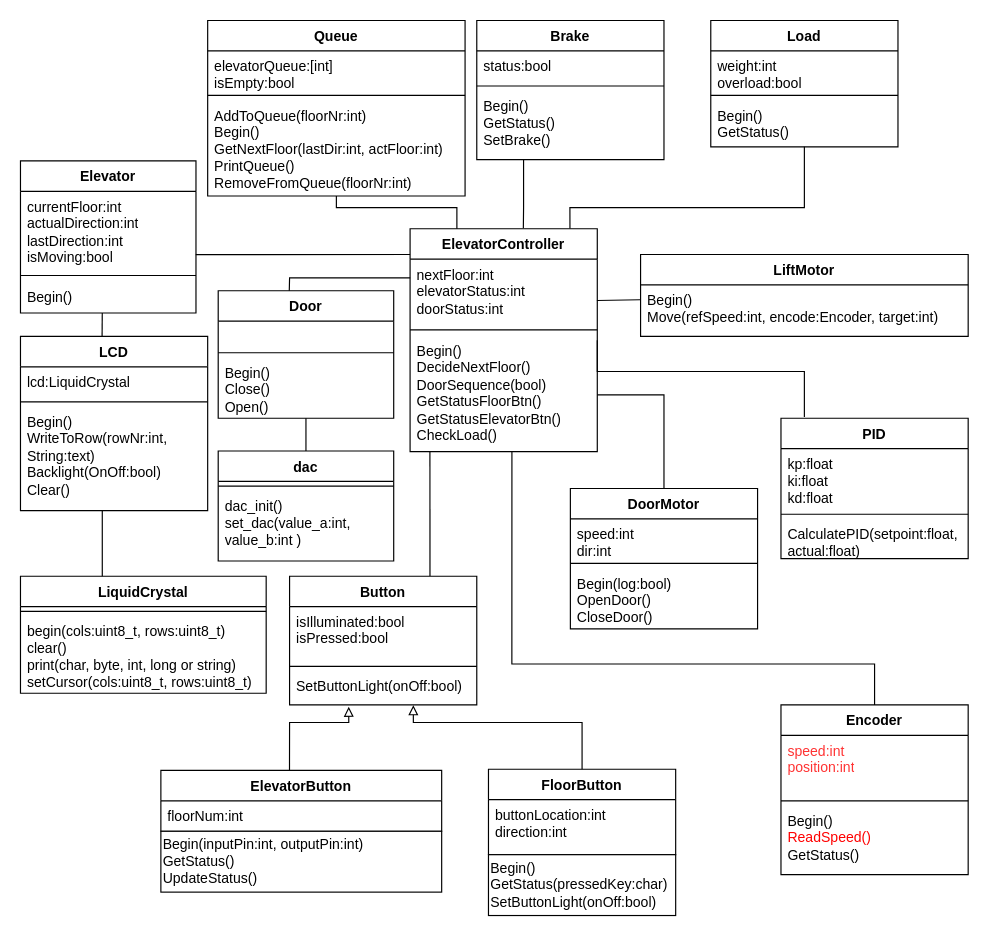
Before: Documents/UMLDiagramElevator.drawio in johannesKringlen/MAS246_Project, a draw.io diagram. Source tidied: cells renumbered, new cells numbered last; positions are measured from the earlier drawing's top-left corner, leaving out a move shared by most shapes. Both pictures are drawn from the tidied source at 117%, with x=0, y=0 at pixel (20, 20).
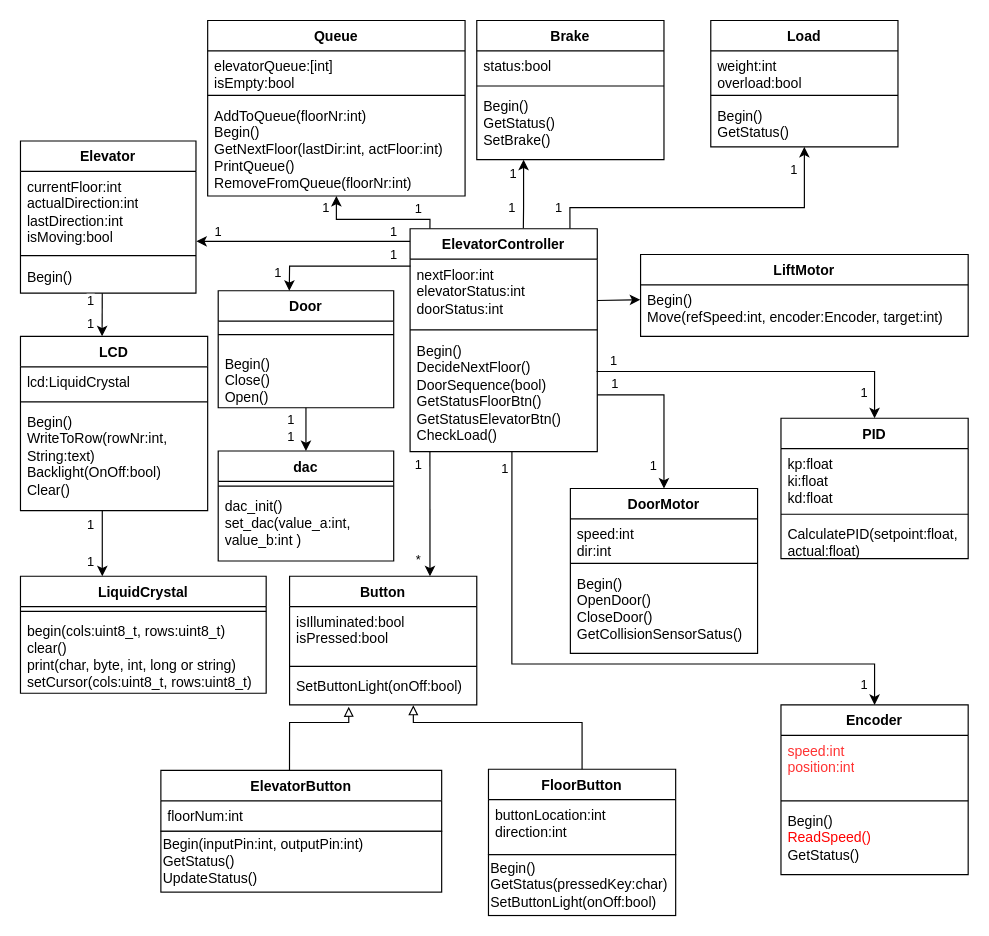
The same diagram, later.

Unchanged cells that the change refers to:
```xml
<mxCell id="3" value="ElevatorController" style="swimlane;fontStyle=1;align=center;verticalAlign=top;horizontal=1;startSize=26;whiteSpace=wrap;html=1;" parent="1" vertex="1">
  <mxGeometry x="333" y="178" width="160" height="190.5" as="geometry" />
</mxCell>
<mxCell id="4" value="nextFloor:int&lt;div&gt;elevatorStatus:int&lt;/div&gt;&lt;div&gt;doorStatus:int&lt;/div&gt;" style="text;strokeColor=none;fillColor=none;align=left;verticalAlign=top;spacingLeft=4;spacingRight=4;overflow=hidden;points=[[0,0.5],[1,0.5]];portConstraint=eastwest;whiteSpace=wrap;html=1;" parent="3" vertex="1">
  <mxGeometry y="26" width="160" height="56.5" as="geometry" />
</mxCell>
<mxCell id="6" value="&lt;div&gt;Begin()&lt;/div&gt;DecideNextFloor()&lt;div&gt;DoorSequence(bool)&lt;/div&gt;&lt;div&gt;GetStatusFloorBtn()&lt;/div&gt;&lt;div&gt;GetStatusElevatorBtn()&lt;/div&gt;&lt;div&gt;CheckLoad()&lt;/div&gt;" style="text;strokeColor=none;fillColor=none;align=left;verticalAlign=top;spacingLeft=4;spacingRight=4;overflow=hidden;points=[[0,0.5],[1,0.5]];portConstraint=eastwest;whiteSpace=wrap;html=1;" parent="3" vertex="1">
  <mxGeometry y="90.5" width="160" height="100" as="geometry" />
</mxCell>
<mxCell id="9" value="Button" style="swimlane;fontStyle=1;align=center;verticalAlign=top;horizontal=1;startSize=26;whiteSpace=wrap;html=1;" parent="1" vertex="1">
  <mxGeometry x="230" y="475" width="160" height="110" as="geometry" />
</mxCell>
<mxCell id="22" value="LiftMotor" style="swimlane;fontStyle=1;align=center;verticalAlign=top;horizontal=1;startSize=26;whiteSpace=wrap;html=1;" parent="1" vertex="1">
  <mxGeometry x="530" y="200" width="280" height="70" as="geometry" />
</mxCell>
<mxCell id="26" value="Queue" style="swimlane;fontStyle=1;align=center;verticalAlign=top;horizontal=1;startSize=26;whiteSpace=wrap;html=1;" parent="1" vertex="1">
  <mxGeometry x="160" width="220" height="150" as="geometry" />
</mxCell>
<mxCell id="31" value="Brake" style="swimlane;fontStyle=1;align=center;verticalAlign=top;horizontal=1;startSize=26;whiteSpace=wrap;html=1;" parent="1" vertex="1">
  <mxGeometry x="390" width="160" height="119" as="geometry" />
</mxCell>
<mxCell id="36" value="PID" style="swimlane;fontStyle=1;align=center;verticalAlign=top;horizontal=1;startSize=26;whiteSpace=wrap;html=1;" parent="1" vertex="1">
  <mxGeometry x="650" y="340" width="160" height="120" as="geometry" />
</mxCell>
<mxCell id="40" value="Encoder" style="swimlane;fontStyle=1;align=center;verticalAlign=top;horizontal=1;startSize=26;whiteSpace=wrap;html=1;" parent="1" vertex="1">
  <mxGeometry x="650" y="585" width="160" height="145" as="geometry" />
</mxCell>
<mxCell id="45" value="currentFloor:int&lt;div&gt;actualDirection:int&lt;/div&gt;&lt;div&gt;lastDirection:int&lt;/div&gt;&lt;div&gt;isMoving:bool&lt;/div&gt;&lt;div&gt;&lt;br&gt;&lt;/div&gt;&lt;div&gt;&lt;br&gt;&lt;/div&gt;&lt;div&gt;&lt;br&gt;&lt;/div&gt;" style="text;strokeColor=none;fillColor=none;align=left;verticalAlign=top;spacingLeft=4;spacingRight=4;overflow=hidden;points=[[0,0.5],[1,0.5]];portConstraint=eastwest;whiteSpace=wrap;html=1;" parent="44" vertex="1">
  <mxGeometry y="26" width="150" height="67.5" as="geometry" />
</mxCell>
<mxCell id="47" value="Begin()" style="text;strokeColor=none;fillColor=none;align=left;verticalAlign=top;spacingLeft=4;spacingRight=4;overflow=hidden;points=[[0,0.5],[1,0.5]];portConstraint=eastwest;whiteSpace=wrap;html=1;" parent="44" vertex="1">
  <mxGeometry y="102.5" width="150" height="27.5" as="geometry" />
</mxCell>
<mxCell id="55" value="Load" style="swimlane;fontStyle=1;align=center;verticalAlign=top;horizontal=1;startSize=26;whiteSpace=wrap;html=1;" parent="1" vertex="1">
  <mxGeometry x="590" width="160" height="108" as="geometry" />
</mxCell>
<mxCell id="62" value="LCD" style="swimlane;fontStyle=1;align=center;verticalAlign=top;horizontal=1;startSize=26;whiteSpace=wrap;html=1;" parent="1" vertex="1">
  <mxGeometry y="270" width="160" height="149" as="geometry" />
</mxCell>
<mxCell id="65" value="Begin()&lt;div&gt;WriteToRow(rowNr:int, String:text)&lt;/div&gt;&lt;div&gt;Backlight(OnOff:bool)&lt;/div&gt;&lt;div&gt;Clear()&lt;/div&gt;" style="text;strokeColor=none;fillColor=none;align=left;verticalAlign=top;spacingLeft=4;spacingRight=4;overflow=hidden;points=[[0,0.5],[1,0.5]];portConstraint=eastwest;whiteSpace=wrap;html=1;" parent="62" vertex="1">
  <mxGeometry y="60" width="160" height="89" as="geometry" />
</mxCell>
<mxCell id="66" value="LiquidCrystal" style="swimlane;fontStyle=1;align=center;verticalAlign=top;horizontal=1;startSize=26;whiteSpace=wrap;html=1;" parent="1" vertex="1">
  <mxGeometry y="475" width="210" height="100" as="geometry" />
</mxCell>
<mxCell id="71" value="dac" style="swimlane;fontStyle=1;align=center;verticalAlign=top;horizontal=1;startSize=26;whiteSpace=wrap;html=1;" parent="1" vertex="1">
  <mxGeometry x="169" y="368" width="150" height="94" as="geometry" />
</mxCell>
```

Diff of the diagram source:
```diff
@@
-    <mxCell id="2" style="edgeStyle=none;rounded=0;jettySize=auto;html=1;exitX=0.106;exitY=0.997;exitDx=0;exitDy=0;endArrow=none;endFill=0;entryX=0.75;entryY=0;entryDx=0;entryDy=0;exitPerimeter=0;" parent="1" edge="1" source="6" target="9">
-      <mxGeometry relative="1" as="geometry" />
+    <mxCell id="2" value="1" style="edgeStyle=none;rounded=0;jettySize=auto;html=1;exitX=0.106;exitY=0.997;exitDx=0;exitDy=0;endArrow=classic;endFill=1;entryX=0.75;entryY=0;entryDx=0;entryDy=0;exitPerimeter=0;startArrow=none;startFill=0;" parent="1" edge="1" source="6" target="9">
+      <mxGeometry x="-0.78" y="-10" relative="1" as="geometry" />
     </mxCell>
+    <mxCell id="75" value="*" style="edgeLabel;html=1;align=center;verticalAlign=middle;inheritText=1;" parent="2" vertex="1">
+      <mxGeometry x="0.46" relative="1" as="geometry">
+        <mxPoint x="-10" y="14" as="offset" />
+      </mxGeometry>
+    </mxCell>
@@
-    <mxCell id="17" style="edgeStyle=none;rounded=0;jettySize=auto;html=1;endArrow=none;endFill=0;entryX=1;entryY=0.515;entryDx=0;entryDy=0;entryPerimeter=0;" parent="1" edge="1" source="18" target="6">
+    <mxCell id="17" style="edgeStyle=none;rounded=0;jettySize=auto;html=1;endArrow=none;endFill=0;entryX=1;entryY=0.515;entryDx=0;entryDy=0;entryPerimeter=0;startArrow=classic;startFill=1;" parent="1" edge="1" source="18" target="6">
       <mxGeometry x="0.17" relative="1" as="geometry">
         <Array as="points">
           <mxPoint x="550" y="320" />
         </Array>
       </mxGeometry>
     </mxCell>
+    <mxCell id="76" value="1" style="edgeLabel;html=1;align=center;verticalAlign=middle;inheritText=1;" parent="17" vertex="1">
+      <mxGeometry x="0.78" relative="1" as="geometry">
+        <mxPoint x="-1" y="-10" as="offset" />
+      </mxGeometry>
+    </mxCell>
+    <mxCell id="77" value="1" style="edgeLabel;html=1;align=center;verticalAlign=middle;inheritText=1;" parent="17" vertex="1">
+      <mxGeometry x="-0.75" relative="1" as="geometry">
+        <mxPoint x="-10" y="-3" as="offset" />
+      </mxGeometry>
+    </mxCell>
     <mxCell id="18" value="DoorMotor" style="swimlane;fontStyle=1;align=center;verticalAlign=top;horizontal=1;startSize=26;whiteSpace=wrap;html=1;" parent="1" vertex="1">
-      <mxGeometry x="470" y="400" width="160" height="120" as="geometry" />
+      <mxGeometry x="470" y="400" width="160" height="141" as="geometry" />
     </mxCell>
@@
-    <mxCell id="21" value="&lt;div&gt;Begin(log:bool)&lt;/div&gt;OpenDoor()&lt;div&gt;CloseDoor()&lt;/div&gt;" style="text;strokeColor=none;fillColor=none;align=left;verticalAlign=top;spacingLeft=4;spacingRight=4;overflow=hidden;whiteSpace=wrap;html=1;" parent="18" vertex="1">
-      <mxGeometry y="68" width="160" height="52" as="geometry" />
+    <mxCell id="21" value="&lt;div&gt;Begin()&lt;/div&gt;OpenDoor()&lt;div&gt;CloseDoor()&lt;/div&gt;&lt;div&gt;GetCollisionSensorSatus()&lt;/div&gt;" style="text;strokeColor=none;fillColor=none;align=left;verticalAlign=top;spacingLeft=4;spacingRight=4;overflow=hidden;whiteSpace=wrap;html=1;" parent="18" vertex="1">
+      <mxGeometry y="68" width="160" height="73" as="geometry" />
     </mxCell>
@@
-    <mxCell id="23" value="&lt;div&gt;Begin()&lt;/div&gt;Move(refSpeed:int, encode:Encoder, target:int)" style="text;strokeColor=none;fillColor=none;align=left;verticalAlign=top;spacingLeft=4;spacingRight=4;overflow=hidden;points=[[0,0.5],[1,0.5]];portConstraint=eastwest;whiteSpace=wrap;html=1;" parent="22" vertex="1">
+    <mxCell id="23" value="&lt;div&gt;Begin()&lt;/div&gt;Move(refSpeed:int, encoder:Encoder, target:int)" style="text;strokeColor=none;fillColor=none;align=left;verticalAlign=top;spacingLeft=4;spacingRight=4;overflow=hidden;points=[[0,0.5],[1,0.5]];portConstraint=eastwest;whiteSpace=wrap;html=1;" parent="22" vertex="1">
       <mxGeometry y="26" width="280" height="44" as="geometry" />
     </mxCell>
-    <mxCell id="24" style="edgeStyle=none;rounded=0;jettySize=auto;html=1;entryX=0.998;entryY=0.626;entryDx=0;entryDy=0;endArrow=none;endFill=0;entryPerimeter=0;exitX=-0.001;exitY=0.288;exitDx=0;exitDy=0;exitPerimeter=0;" parent="1" edge="1" source="23" target="4">
+    <mxCell id="24" style="edgeStyle=none;rounded=0;jettySize=auto;html=1;entryX=0.998;entryY=0.626;entryDx=0;entryDy=0;endArrow=none;endFill=0;entryPerimeter=0;exitX=-0.001;exitY=0.288;exitDx=0;exitDy=0;exitPerimeter=0;startArrow=classic;startFill=1;" parent="1" edge="1" source="23" target="4">
       <mxGeometry relative="1" as="geometry" />
     </mxCell>
-    <mxCell id="25" style="edgeStyle=none;rounded=0;orthogonalLoop=1;jettySize=auto;html=1;endArrow=none;endFill=0;exitX=1;exitY=0.085;exitDx=0;exitDy=0;exitPerimeter=0;entryX=0.001;entryY=0.635;entryDx=0;entryDy=0;entryPerimeter=0;" parent="1" edge="1">
-      <mxGeometry relative="1" as="geometry">
-        <mxPoint x="149.8" y="200.2" as="sourcePoint" />
-        <mxPoint x="333" y="200" as="targetPoint" />
-      </mxGeometry>
+    <mxCell id="25" style="edgeStyle=none;rounded=0;jettySize=auto;html=1;endArrow=none;endFill=0;entryX=0;entryY=0.057;entryDx=0;entryDy=0;entryPerimeter=0;startArrow=classic;startFill=1;exitX=1.002;exitY=0.885;exitDx=0;exitDy=0;exitPerimeter=0;" parent="1" edge="1" source="45" target="3">
+      <mxGeometry relative="1" as="geometry" />
     </mxCell>
+    <mxCell id="78" value="1" style="edgeLabel;html=1;align=center;verticalAlign=middle;inheritText=1;" parent="25" vertex="1">
+      <mxGeometry x="0.84" relative="1" as="geometry">
+        <mxPoint y="-8" as="offset" />
+      </mxGeometry>
+    </mxCell>
+    <mxCell id="79" value="1" style="edgeLabel;html=1;align=center;verticalAlign=middle;inheritText=1;" parent="25" vertex="1">
+      <mxGeometry x="-0.71" relative="1" as="geometry">
+        <mxPoint x="-8" y="-8" as="offset" />
+      </mxGeometry>
+    </mxCell>
@@
-    <mxCell id="30" style="edgeStyle=none;rounded=0;jettySize=auto;html=1;endArrow=none;endFill=0;entryX=0.605;entryY=-0.002;entryDx=0;entryDy=0;entryPerimeter=0;exitX=0.25;exitY=1;exitDx=0;exitDy=0;" parent="1" edge="1" source="31" target="3">
+    <mxCell id="30" style="edgeStyle=none;rounded=0;jettySize=auto;html=1;endArrow=none;endFill=0;entryX=0.605;entryY=-0.002;entryDx=0;entryDy=0;entryPerimeter=0;exitX=0.25;exitY=1;exitDx=0;exitDy=0;startArrow=classic;startFill=1;" parent="1" edge="1" source="31" target="3">
       <mxGeometry x="-0.07" relative="1" as="geometry">
         <Array as="points">
           <mxPoint x="430" y="160" />
         </Array>
       </mxGeometry>
     </mxCell>
+    <mxCell id="80" value="1" style="edgeLabel;html=1;align=center;verticalAlign=middle;inheritText=1;" parent="30" vertex="1">
+      <mxGeometry x="-0.14" relative="1" as="geometry">
+        <mxPoint x="-10" y="-14" as="offset" />
+      </mxGeometry>
+    </mxCell>
+    <mxCell id="81" value="1" style="edgeLabel;html=1;align=center;verticalAlign=middle;inheritText=1;" parent="30" vertex="1">
+      <mxGeometry x="0.8" relative="1" as="geometry">
+        <mxPoint x="-10" y="-12" as="offset" />
+      </mxGeometry>
+    </mxCell>
@@
-    <mxCell id="35" style="edgeStyle=none;rounded=0;jettySize=auto;html=1;endArrow=none;endFill=0;entryX=0.5;entryY=1;entryDx=0;entryDy=0;exitX=0.25;exitY=0;exitDx=0;exitDy=0;" parent="1" edge="1" source="3" target="26">
-      <mxGeometry x="-0.03" relative="1" as="geometry">
+    <mxCell id="35" style="edgeStyle=none;rounded=0;jettySize=auto;html=1;endArrow=classic;endFill=1;entryX=0.5;entryY=1;entryDx=0;entryDy=0;exitX=0.106;exitY=-0.001;exitDx=0;exitDy=0;startArrow=none;startFill=0;exitPerimeter=0;" parent="1" edge="1" source="3" target="26">
+      <mxGeometry relative="1" as="geometry">
         <Array as="points">
-          <mxPoint x="373" y="160" />
-          <mxPoint x="270" y="160" />
+          <mxPoint x="350" y="170" />
+          <mxPoint x="320" y="170" />
+          <mxPoint x="270" y="170" />
         </Array>
       </mxGeometry>
     </mxCell>
+    <mxCell id="82" value="1" style="edgeLabel;html=1;align=center;verticalAlign=middle;inheritText=1;" parent="35" vertex="1">
+      <mxGeometry x="-0.57" y="1" relative="1" as="geometry">
+        <mxPoint x="5" y="-11" as="offset" />
+      </mxGeometry>
+    </mxCell>
+    <mxCell id="83" value="1" style="edgeLabel;html=1;align=center;verticalAlign=middle;inheritText=1;" parent="35" vertex="1">
+      <mxGeometry x="0.75" relative="1" as="geometry">
+        <mxPoint x="-10" y="-4" as="offset" />
+      </mxGeometry>
+    </mxCell>
@@
     <mxCell id="44" value="Elevator" style="swimlane;fontStyle=1;align=center;verticalAlign=top;horizontal=1;startSize=26;whiteSpace=wrap;html=1;" parent="1" vertex="1">
-      <mxGeometry y="120" width="150" height="130" as="geometry" />
+      <mxGeometry y="103" width="150" height="130" as="geometry" />
     </mxCell>
@@
     <mxCell id="48" value="Door" style="swimlane;fontStyle=1;align=center;verticalAlign=top;horizontal=1;startSize=26;whiteSpace=wrap;html=1;" parent="1" vertex="1">
-      <mxGeometry x="169" y="231" width="150" height="109" as="geometry" />
+      <mxGeometry x="169" y="231" width="150" height="100" as="geometry" />
     </mxCell>
-    <mxCell id="49" value="&lt;div&gt;&lt;br&gt;&lt;/div&gt;" style="text;strokeColor=none;fillColor=none;align=left;verticalAlign=top;spacingLeft=4;spacingRight=4;overflow=hidden;whiteSpace=wrap;html=1;" parent="48" vertex="1">
-      <mxGeometry y="26" width="150" height="23" as="geometry" />
-    </mxCell>
     <mxCell id="50" style="line;strokeWidth=1;fillColor=none;align=left;verticalAlign=middle;spacingTop=-1;spacingLeft=3;spacingRight=3;labelPosition=right;strokeColor=inherit;" parent="48" vertex="1">
-      <mxGeometry y="49" width="150" height="8" as="geometry" />
+      <mxGeometry y="26" width="150" height="23" as="geometry" />
     </mxCell>
     <mxCell id="51" value="Begin()&lt;br&gt;Close()&lt;div&gt;Open()&lt;/div&gt;" style="text;strokeColor=none;fillColor=none;align=left;verticalAlign=top;spacingLeft=4;spacingRight=4;overflow=hidden;points=[[0,0.5],[1,0.5]];portConstraint=eastwest;whiteSpace=wrap;html=1;" parent="48" vertex="1">
-      <mxGeometry y="57" width="150" height="52" as="geometry" />
+      <mxGeometry y="49" width="150" height="51" as="geometry" />
     </mxCell>
-    <mxCell id="52" style="endArrow=none;html=1;rounded=0;exitX=0.405;exitY=0;exitDx=0;exitDy=0;exitPerimeter=0;" parent="1" edge="1" source="48">
-      <mxGeometry x="0.2" relative="1" as="geometry">
-        <mxPoint x="333.1" y="220" as="targetPoint" />
+    <mxCell id="52" style="endArrow=none;html=1;rounded=0;exitX=0.405;exitY=0;exitDx=0;exitDy=0;exitPerimeter=0;startArrow=classic;startFill=1;entryX=0.002;entryY=0.106;entryDx=0;entryDy=0;entryPerimeter=0;" parent="1" edge="1" source="48" target="4">
+      <mxGeometry x="0.25" relative="1" as="geometry">
         <Array as="points">
-          <mxPoint x="230" y="220" />
+          <mxPoint x="230" y="210" />
+          <mxPoint x="280" y="210" />
         </Array>
       </mxGeometry>
     </mxCell>
+    <mxCell id="84" value="1" style="edgeLabel;html=1;align=center;verticalAlign=middle;inheritText=1;" parent="52" vertex="1">
+      <mxGeometry x="-0.74" relative="1" as="geometry">
+        <mxPoint x="-10" as="offset" />
+      </mxGeometry>
+    </mxCell>
+    <mxCell id="85" value="1" style="edgeLabel;html=1;align=center;verticalAlign=middle;inheritText=1;" parent="52" vertex="1">
+      <mxGeometry x="0.85" relative="1" as="geometry">
+        <mxPoint x="-5" y="-10" as="offset" />
+      </mxGeometry>
+    </mxCell>
@@
-    <mxCell id="59" style="edgeStyle=orthogonalEdgeStyle;rounded=0;jettySize=auto;html=1;exitX=0.5;exitY=1;exitDx=0;exitDy=0;entryX=0.854;entryY=-0.001;entryDx=0;entryDy=0;entryPerimeter=0;endArrow=none;endFill=0;" parent="1" edge="1" source="55" target="3">
+    <mxCell id="59" style="edgeStyle=orthogonalEdgeStyle;rounded=0;jettySize=auto;html=1;exitX=0.5;exitY=1;exitDx=0;exitDy=0;entryX=0.854;entryY=-0.001;entryDx=0;entryDy=0;entryPerimeter=0;endArrow=none;endFill=0;startArrow=classic;startFill=1;" parent="1" edge="1" source="55" target="3">
       <mxGeometry x="0.01" relative="1" as="geometry">
         <Array as="points">
           <mxPoint x="670" y="160" />
           <mxPoint x="469.6" y="160" />
         </Array>
       </mxGeometry>
     </mxCell>
+    <mxCell id="86" value="1" style="edgeLabel;html=1;align=center;verticalAlign=middle;inheritText=1;" parent="59" vertex="1">
+      <mxGeometry x="0.93" relative="1" as="geometry">
+        <mxPoint x="-10" y="-9" as="offset" />
+      </mxGeometry>
+    </mxCell>
+    <mxCell id="87" value="1" style="edgeLabel;html=1;align=center;verticalAlign=middle;inheritText=1;" parent="59" vertex="1">
+      <mxGeometry x="-0.86" relative="1" as="geometry">
+        <mxPoint x="-10" as="offset" />
+      </mxGeometry>
+    </mxCell>
-    <mxCell id="60" style="edgeStyle=orthogonalEdgeStyle;rounded=0;jettySize=auto;html=1;exitX=0.5;exitY=0;exitDx=0;exitDy=0;endArrow=none;endFill=0;entryX=0.544;entryY=1.001;entryDx=0;entryDy=0;entryPerimeter=0;" parent="1" edge="1" source="40" target="6">
+    <mxCell id="60" style="edgeStyle=orthogonalEdgeStyle;rounded=0;jettySize=auto;html=1;exitX=0.5;exitY=0;exitDx=0;exitDy=0;endArrow=none;endFill=0;entryX=0.544;entryY=1.001;entryDx=0;entryDy=0;entryPerimeter=0;startArrow=classic;startFill=1;" parent="1" edge="1" source="40" target="6">
       <mxGeometry relative="1" as="geometry">
         <Array as="points">
           <mxPoint x="730" y="550" />
           <mxPoint x="420" y="550" />
         </Array>
       </mxGeometry>
     </mxCell>
+    <mxCell id="88" value="1" style="edgeLabel;html=1;align=center;verticalAlign=middle;inheritText=1;" parent="60" vertex="1">
+      <mxGeometry x="0.95" relative="1" as="geometry">
+        <mxPoint x="-7" as="offset" />
+      </mxGeometry>
+    </mxCell>
+    <mxCell id="89" value="1" style="edgeLabel;html=1;align=center;verticalAlign=middle;inheritText=1;" parent="60" vertex="1">
+      <mxGeometry x="-0.93" y="1" relative="1" as="geometry">
+        <mxPoint x="-9" as="offset" />
+      </mxGeometry>
+    </mxCell>
-    <mxCell id="61" style="edgeStyle=orthogonalEdgeStyle;rounded=0;jettySize=auto;html=1;exitX=1;exitY=0.5;exitDx=0;exitDy=0;entryX=0.125;entryY=-0.009;entryDx=0;entryDy=0;entryPerimeter=0;endArrow=none;endFill=0;" parent="1" edge="1" source="3" target="36">
-      <mxGeometry relative="1" as="geometry">
-        <Array as="points">
-          <mxPoint x="493" y="300" />
-          <mxPoint x="670" y="300" />
-        </Array>
-      </mxGeometry>
+    <mxCell id="61" style="edgeStyle=orthogonalEdgeStyle;rounded=0;jettySize=auto;html=1;entryX=0.5;entryY=0;entryDx=0;entryDy=0;endArrow=classic;endFill=1;startArrow=none;startFill=0;exitX=0.996;exitY=0.315;exitDx=0;exitDy=0;exitPerimeter=0;" parent="1" edge="1" source="6" target="36">
+      <mxGeometry x="-0.52" relative="1" as="geometry" />
     </mxCell>
+    <mxCell id="90" value="1" style="edgeLabel;html=1;align=center;verticalAlign=middle;inheritText=1;" parent="61" vertex="1">
+      <mxGeometry x="0.84" y="-1" relative="1" as="geometry">
+        <mxPoint x="-9" as="offset" />
+      </mxGeometry>
+    </mxCell>
+    <mxCell id="91" value="1" style="edgeLabel;html=1;align=center;verticalAlign=middle;inheritText=1;" parent="61" vertex="1">
+      <mxGeometry x="-0.9" relative="1" as="geometry">
+        <mxPoint y="-10" as="offset" />
+      </mxGeometry>
+    </mxCell>
@@
-    <mxCell id="69" style="endArrow=none;html=1;rounded=0;entryX=0.466;entryY=1.003;entryDx=0;entryDy=0;entryPerimeter=0;exitX=0.436;exitY=-0.001;exitDx=0;exitDy=0;exitPerimeter=0;" parent="1" edge="1" source="62" target="47">
+    <mxCell id="69" style="endArrow=none;html=1;rounded=0;entryX=0.466;entryY=1.003;entryDx=0;entryDy=0;entryPerimeter=0;exitX=0.436;exitY=-0.001;exitDx=0;exitDy=0;exitPerimeter=0;startArrow=classic;startFill=1;" parent="1" edge="1" source="62" target="47">
       <mxGeometry relative="1" as="geometry" />
     </mxCell>
+    <mxCell id="92" value="1" style="edgeLabel;html=1;align=center;verticalAlign=middle;inheritText=1;" parent="69" vertex="1">
+      <mxGeometry x="0.75" relative="1" as="geometry">
+        <mxPoint x="-10" y="2" as="offset" />
+      </mxGeometry>
+    </mxCell>
+    <mxCell id="93" value="1" style="edgeLabel;html=1;align=center;verticalAlign=middle;inheritText=1;" parent="69" vertex="1">
+      <mxGeometry x="-0.41" relative="1" as="geometry">
+        <mxPoint x="-10" as="offset" />
+      </mxGeometry>
+    </mxCell>
-    <mxCell id="70" style="endArrow=none;html=1;rounded=0;exitX=0.333;exitY=0.001;exitDx=0;exitDy=0;exitPerimeter=0;entryX=0.437;entryY=1;entryDx=0;entryDy=0;entryPerimeter=0;" parent="1" edge="1" source="66" target="65">
+    <mxCell id="70" style="endArrow=none;html=1;rounded=0;exitX=0.333;exitY=0.001;exitDx=0;exitDy=0;exitPerimeter=0;entryX=0.437;entryY=1;entryDx=0;entryDy=0;entryPerimeter=0;startArrow=classic;startFill=1;" parent="1" edge="1" source="66" target="65">
       <mxGeometry relative="1" as="geometry" />
     </mxCell>
+    <mxCell id="94" value="1" style="edgeLabel;html=1;align=center;verticalAlign=middle;inheritText=1;" parent="70" vertex="1">
+      <mxGeometry x="0.13" y="1" relative="1" as="geometry">
+        <mxPoint x="-9" y="-13" as="offset" />
+      </mxGeometry>
+    </mxCell>
+    <mxCell id="95" value="1" style="edgeLabel;html=1;align=center;verticalAlign=middle;inheritText=1;" parent="70" vertex="1">
+      <mxGeometry x="-0.44" relative="1" as="geometry">
+        <mxPoint x="-10" y="3" as="offset" />
+      </mxGeometry>
+    </mxCell>
@@
-    <mxCell id="74" style="endArrow=none;html=1;rounded=0;" parent="1" edge="1" source="51" target="71">
+    <mxCell id="74" style="endArrow=classic;html=1;rounded=0;endFill=1;" parent="1" edge="1" source="51" target="71">
       <mxGeometry relative="1" as="geometry" />
     </mxCell>
+    <mxCell id="96" value="1" style="edgeLabel;html=1;align=center;verticalAlign=middle;inheritText=1;" parent="74" vertex="1">
+      <mxGeometry x="-0.52" y="1" relative="1" as="geometry">
+        <mxPoint x="-15" as="offset" />
+      </mxGeometry>
+    </mxCell>
+    <mxCell id="97" value="1" style="edgeLabel;html=1;align=center;verticalAlign=middle;inheritText=1;" parent="74" vertex="1">
+      <mxGeometry x="0.32" relative="1" as="geometry">
+        <mxPoint x="-14" as="offset" />
+      </mxGeometry>
+    </mxCell>
```
